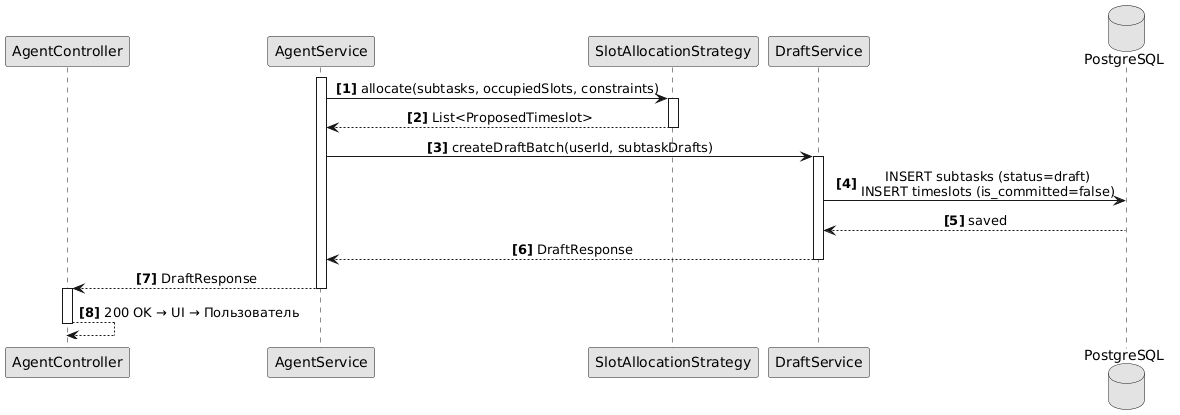
This is picture/diagrams/sequence_generation_p2.png from Hohichh/Diploma-project-notes, a PlantUML export, as it was before one commit. The source it was exported from:
```plantuml
@startuml
skinparam monochrome true
skinparam shadowing false
skinparam sequenceMessageAlign center
skinparam defaultFontName Arial



participant "AgentController" as Ctrl
participant "AgentService" as Agent
participant "SlotAllocationStrategy" as Algo
participant "DraftService" as Draft
database "PostgreSQL" as DB
autonumber "<b>[0]</b>"

activate Agent

Agent -> Algo : allocate(subtasks, occupiedSlots, constraints)
activate Algo
Algo --> Agent : List<ProposedTimeslot>
deactivate Algo

Agent -> Draft : createDraftBatch(userId, subtaskDrafts)
activate Draft
Draft -> DB : INSERT subtasks (status=draft)\nINSERT timeslots (is_committed=false)
DB --> Draft : saved
Draft --> Agent : DraftResponse
deactivate Draft

Agent --> Ctrl : DraftResponse
deactivate Agent
activate Ctrl
Ctrl --> Ctrl : 200 OK → UI → Пользователь
deactivate Ctrl
@enduml
```
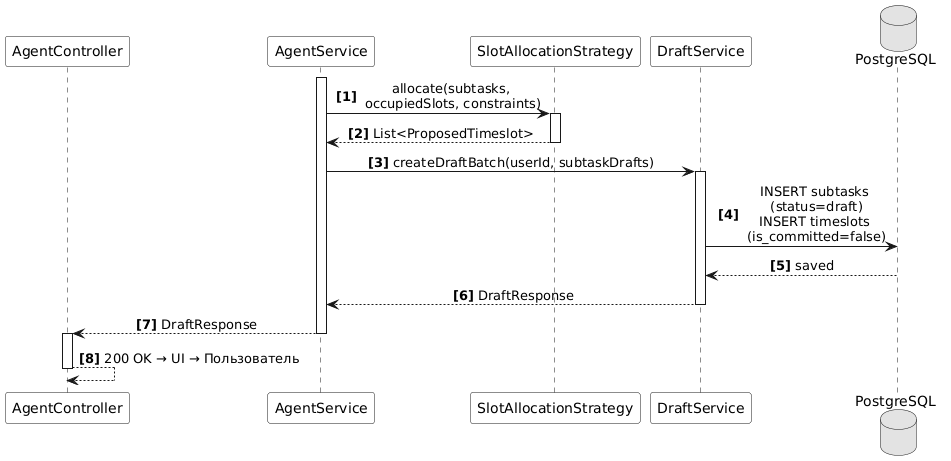
Later version of the same file.

Diff of the diagram source:
```diff
@@ -3,26 +3,26 @@
 skinparam shadowing false
 skinparam sequenceMessageAlign center
 skinparam defaultFontName Arial
+skinparam ParticipantBackgroundColor transparent
 
-
+autonumber "<b>[0]</b>"
 
 participant "AgentController" as Ctrl
 participant "AgentService" as Agent
 participant "SlotAllocationStrategy" as Algo
 participant "DraftService" as Draft
 database "PostgreSQL" as DB
-autonumber "<b>[0]</b>"
 
 activate Agent
 
-Agent -> Algo : allocate(subtasks, occupiedSlots, constraints)
+Agent -> Algo : allocate(subtasks,\n occupiedSlots, constraints)
 activate Algo
 Algo --> Agent : List<ProposedTimeslot>
 deactivate Algo
 
 Agent -> Draft : createDraftBatch(userId, subtaskDrafts)
 activate Draft
-Draft -> DB : INSERT subtasks (status=draft)\nINSERT timeslots (is_committed=false)
+Draft -> DB : INSERT subtasks\n (status=draft)\nINSERT timeslots\n (is_committed=false)
 DB --> Draft : saved
 Draft --> Agent : DraftResponse
 deactivate Draft
```
